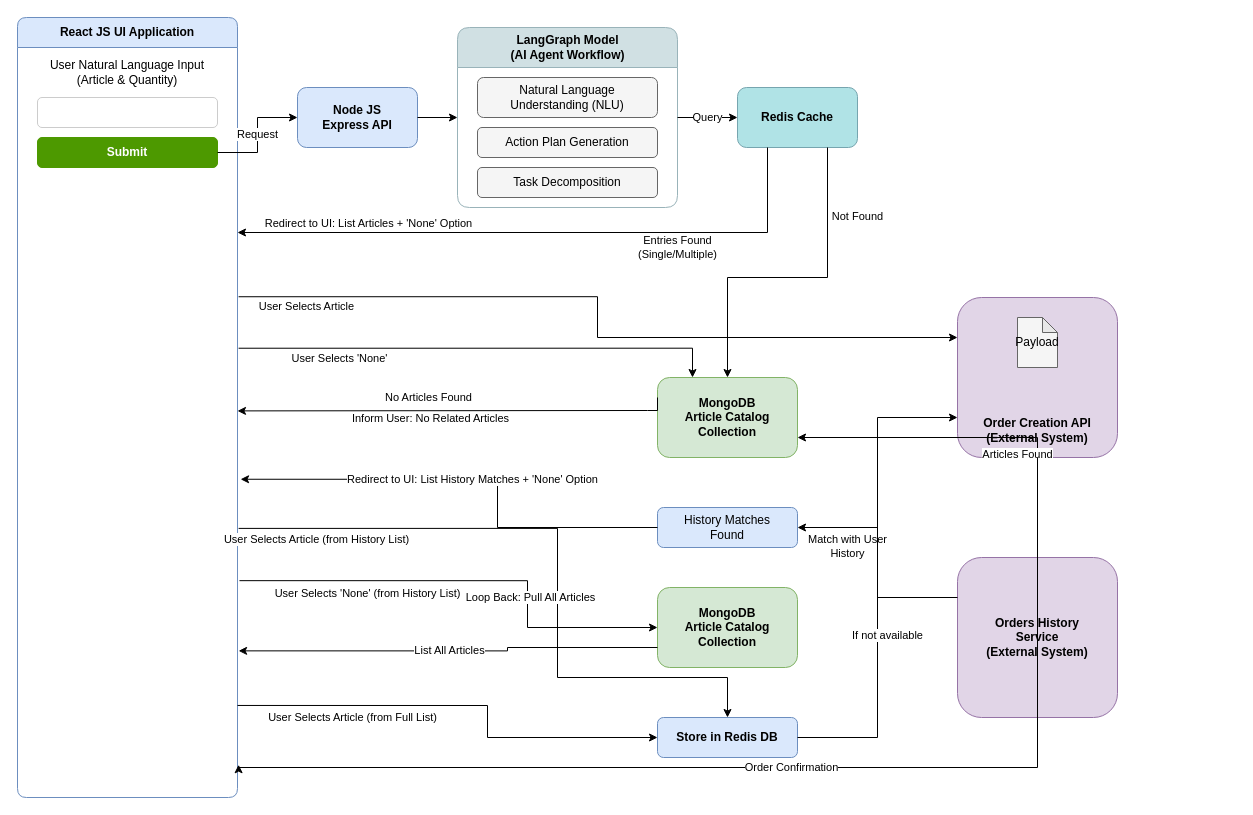
Earlier version of the draw.io diagram LangraphPOC.drawio (Uday003/ejtos-react_budget_app). Source tidied: cells renumbered, new cells numbered last; positions are measured from the earlier drawing's top-left corner, leaving out a move shared by most shapes. Both pictures are drawn from the tidied source at 100%, with x=0, y=0 at pixel (17, 17).
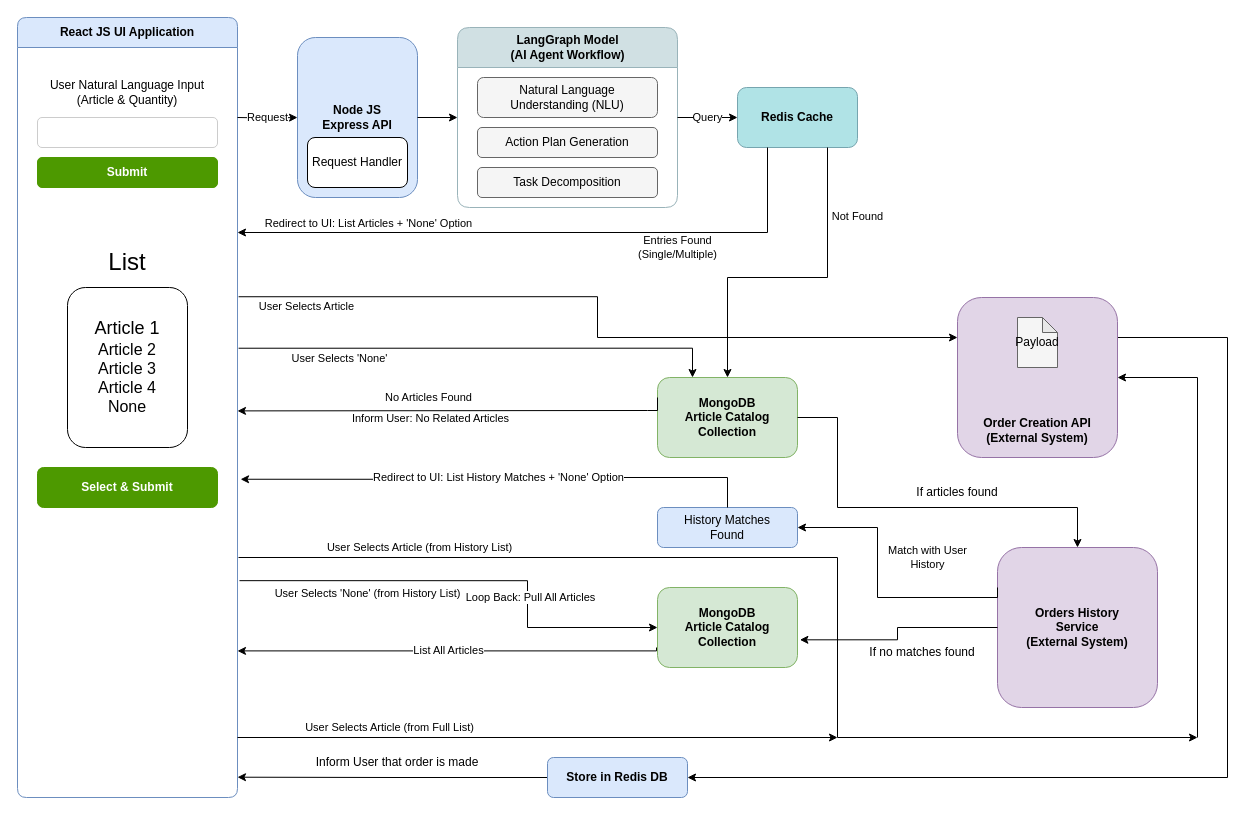
After the change.

The change refers to these unchanged cells:
```xml
<mxCell id="2" value="React JS UI Application" style="swimlane;html=1;startSize=30;horizontal=1;containerType=tree;fillColor=#dae8fc;strokeColor=#6c8ebf;whiteSpace=wrap;rounded=1;arcSize=10;" parent="1" vertex="1">
  <mxGeometry width="220" height="780" as="geometry" />
</mxCell>
<mxCell id="12" value="MongoDB&#10;Article Catalog&#10;Collection" style="rounded=1;whiteSpace=wrap;html=1;fillColor=#d5e8d4;strokeColor=#82b366;fontStyle=1;" parent="1" vertex="1">
  <mxGeometry x="640" y="360" width="140" height="80" as="geometry" />
</mxCell>
<mxCell id="13" value="MongoDB&#10;Article Catalog&#10;Collection" style="rounded=1;whiteSpace=wrap;html=1;fillColor=#d5e8d4;strokeColor=#82b366;fontStyle=1;" parent="1" vertex="1">
  <mxGeometry x="640" y="570" width="140" height="80" as="geometry" />
</mxCell>
<mxCell id="14" value="Order Creation API&#10;(External System)" style="rounded=1;whiteSpace=wrap;html=1;fillColor=#e1d5e7;strokeColor=#9673a6;fontStyle=1;verticalAlign=bottom;spacingBottom=10;" parent="1" vertex="1">
  <mxGeometry x="940" y="280" width="160" height="160" as="geometry" />
</mxCell>
<mxCell id="17" value="History Matches&#10;Found" style="rounded=1;whiteSpace=wrap;html=1;fillColor=#dae8fc;strokeColor=#6c8ebf;fontStyle=0;" parent="1" vertex="1">
  <mxGeometry x="640" y="490" width="140" height="40" as="geometry" />
</mxCell>
```

The edit, as a diff of the source:
```diff
@@
     <mxCell id="3" value="User Natural Language Input&#10;(Article &amp; Quantity)" style="text;html=1;strokeColor=none;fillColor=none;align=center;verticalAlign=middle;whiteSpace=wrap;rounded=0;" parent="2" vertex="1">
-      <mxGeometry x="10" y="40" width="200" height="30" as="geometry" />
+      <mxGeometry x="10" y="60" width="200" height="30" as="geometry" />
     </mxCell>
     <mxCell id="4" style="rounded=1;whiteSpace=wrap;html=1;fillColor=#ffffff;strokeColor=#cccccc;" parent="2" vertex="1">
-      <mxGeometry x="20" y="80" width="180" height="30" as="geometry" />
+      <mxGeometry x="20" y="100" width="180" height="30" as="geometry" />
     </mxCell>
     <mxCell id="5" value="Submit" style="rounded=1;whiteSpace=wrap;html=1;fillColor=#4D9900;strokeColor=#4D9900;fontColor=#ffffff;fontStyle=1;" parent="2" vertex="1">
-      <mxGeometry x="20" y="120" width="180" height="30" as="geometry" />
+      <mxGeometry x="20" y="140" width="180" height="30" as="geometry" />
     </mxCell>
+    <mxCell id="39" value="&lt;font style=&quot;font-size: 18px;&quot;&gt;Article 1&lt;/font&gt;&lt;div&gt;&lt;font size=&quot;3&quot;&gt;Article 2&lt;/font&gt;&lt;/div&gt;&lt;div&gt;&lt;font size=&quot;3&quot;&gt;Article 3&lt;/font&gt;&lt;/div&gt;&lt;div&gt;&lt;font size=&quot;3&quot;&gt;Article 4&lt;/font&gt;&lt;/div&gt;&lt;div&gt;&lt;font size=&quot;3&quot;&gt;None&lt;/font&gt;&lt;/div&gt;" style="rounded=1;whiteSpace=wrap;html=1;align=center;" parent="2" vertex="1">
+      <mxGeometry x="50" y="270" width="120" height="160" as="geometry" />
+    </mxCell>
+    <mxCell id="40" value="&lt;font style=&quot;font-size: 24px;&quot;&gt;List&lt;/font&gt;" style="text;html=1;whiteSpace=wrap;strokeColor=none;fillColor=none;align=center;verticalAlign=middle;rounded=0;" parent="2" vertex="1">
+      <mxGeometry x="80" y="230" width="60" height="30" as="geometry" />
+    </mxCell>
+    <mxCell id="41" value="Select &amp;amp; Submit" style="rounded=1;whiteSpace=wrap;html=1;fillColor=#4D9900;strokeColor=#4D9900;fontColor=#ffffff;fontStyle=1;" parent="2" vertex="1">
+      <mxGeometry x="20" y="450" width="180" height="40" as="geometry" />
+    </mxCell>
-    <mxCell id="6" value="Node JS&#10;Express API" style="rounded=1;whiteSpace=wrap;html=1;fillColor=#dae8fc;strokeColor=#6c8ebf;fontStyle=1;" parent="1" vertex="1">
-      <mxGeometry x="280" y="70" width="120" height="60" as="geometry" />
+    <mxCell id="6" value="Node JS&lt;br&gt;Express API" style="rounded=1;whiteSpace=wrap;html=1;fillColor=#dae8fc;strokeColor=#6c8ebf;fontStyle=1;align=center;" parent="1" vertex="1">
+      <mxGeometry x="280" y="20" width="120" height="160" as="geometry" />
     </mxCell>
@@
+    <mxCell id="42" style="edgeStyle=orthogonalEdgeStyle;rounded=0;jettySize=auto;html=1;exitX=1;exitY=0.25;exitDx=0;exitDy=0;entryX=1;entryY=0.5;entryDx=0;entryDy=0;" parent="1" edge="1" source="14" target="18">
+      <mxGeometry relative="1" as="geometry">
+        <Array as="points">
+          <mxPoint x="1210" y="320" />
+          <mxPoint x="1210" y="760" />
+        </Array>
+      </mxGeometry>
+    </mxCell>
@@
     <mxCell id="16" value="Orders History&#10;Service&#10;(External System)" style="rounded=1;whiteSpace=wrap;html=1;fillColor=#e1d5e7;strokeColor=#9673a6;fontStyle=1;" parent="1" vertex="1">
-      <mxGeometry x="940" y="540" width="160" height="160" as="geometry" />
+      <mxGeometry x="980" y="530" width="160" height="160" as="geometry" />
     </mxCell>
@@
+    <mxCell id="43" style="edgeStyle=orthogonalEdgeStyle;rounded=0;jettySize=auto;html=1;entryX=1;entryY=0.5;entryDx=0;entryDy=0;" parent="1" edge="1" target="14">
+      <mxGeometry relative="1" as="geometry">
+        <mxPoint x="1180" y="720" as="sourcePoint" />
+        <Array as="points">
+          <mxPoint x="1180" y="720" />
+          <mxPoint x="1180" y="360" />
+        </Array>
+      </mxGeometry>
+    </mxCell>
+    <mxCell id="44" style="edgeStyle=orthogonalEdgeStyle;rounded=0;jettySize=auto;html=1;exitX=0;exitY=0.5;exitDx=0;exitDy=0;" parent="1" edge="1" source="18">
+      <mxGeometry relative="1" as="geometry">
+        <mxPoint x="220" y="759.7" as="targetPoint" />
+      </mxGeometry>
+    </mxCell>
     <mxCell id="18" value="Store in Redis DB" style="rounded=1;whiteSpace=wrap;html=1;fillColor=#dae8fc;strokeColor=#6c8ebf;fontStyle=1;" parent="1" vertex="1">
-      <mxGeometry x="640" y="700" width="140" height="40" as="geometry" />
+      <mxGeometry x="530" y="740" width="140" height="40" as="geometry" />
     </mxCell>
-    <mxCell id="19" value="Request" style="edgeStyle=orthogonalEdgeStyle;rounded=0;jettySize=auto;html=1;exitX=1;exitY=0.5;exitDx=0;exitDy=0;entryX=0;entryY=0.5;entryDx=0;entryDy=0;" parent="1" edge="1" source="5" target="6">
-      <mxGeometry relative="1" as="geometry" />
+    <mxCell id="19" value="Request" style="edgeStyle=orthogonalEdgeStyle;rounded=0;jettySize=auto;html=1;entryX=0;entryY=0.5;entryDx=0;entryDy=0;" parent="1" edge="1" target="6">
+      <mxGeometry relative="1" as="geometry">
+        <mxPoint x="220" y="100" as="sourcePoint" />
+      </mxGeometry>
     </mxCell>
@@
-    <mxCell id="29" value="Articles Found" style="edgeStyle=orthogonalEdgeStyle;rounded=0;jettySize=auto;html=1;exitX=0.5;exitY=0;exitDx=0;exitDy=0;entryX=1;entryY=0.75;entryDx=0;entryDy=0;" parent="1" edge="1" source="16" target="12">
-      <mxGeometry x="-0.43" y="20" relative="1" as="geometry">
-        <Array as="points">
-          <mxPoint x="1020" y="420" />
-        </Array>
-      </mxGeometry>
-    </mxCell>
     <mxCell id="30" value="Match with User&#10;History" style="edgeStyle=orthogonalEdgeStyle;rounded=0;jettySize=auto;html=1;exitX=0;exitY=0.25;exitDx=0;exitDy=0;entryX=1;entryY=0.5;entryDx=0;entryDy=0;" parent="1" edge="1" source="16" target="17">
-      <mxGeometry x="0.14" y="30" relative="1" as="geometry">
+      <mxGeometry x="-0.43" y="-40" relative="1" as="geometry">
         <Array as="points">
           <mxPoint x="860" y="580" />
           <mxPoint x="860" y="510" />
         </Array>
       </mxGeometry>
     </mxCell>
-    <mxCell id="31" value="Redirect to UI: List History Matches + 'None' Option" style="edgeStyle=orthogonalEdgeStyle;rounded=0;jettySize=auto;html=1;exitX=0;exitY=0.5;exitDx=0;exitDy=0;entryX=1.014;entryY=0.592;entryDx=0;entryDy=0;entryPerimeter=0;" parent="1" edge="1" source="17" target="2">
+    <mxCell id="31" value="Redirect to UI: List History Matches + 'None' Option" style="edgeStyle=orthogonalEdgeStyle;rounded=0;jettySize=auto;html=1;exitX=0.5;exitY=0;exitDx=0;exitDy=0;entryX=1.014;entryY=0.592;entryDx=0;entryDy=0;entryPerimeter=0;" parent="1" edge="1" source="17" target="2">
       <mxGeometry relative="1" as="geometry">
         <Array as="points">
-          <mxPoint x="480" y="510" />
+          <mxPoint x="710" y="460" />
+          <mxPoint x="480" y="460" />
           <mxPoint x="480" y="462" />
         </Array>
       </mxGeometry>
     </mxCell>
-    <mxCell id="32" value="User Selects Article (from History List)" style="edgeStyle=orthogonalEdgeStyle;rounded=0;jettySize=auto;html=1;exitX=1.005;exitY=0.655;exitDx=0;exitDy=0;exitPerimeter=0;entryX=0.5;entryY=0;entryDx=0;entryDy=0;" parent="1" edge="1" source="2" target="18">
-      <mxGeometry x="-0.77" y="-11" relative="1" as="geometry">
+    <mxCell id="32" value="User Selects Article (from History List)" style="edgeStyle=orthogonalEdgeStyle;rounded=0;orthogonalLoop=1;jettySize=auto;html=1;" parent="1" edge="1">
+      <mxGeometry x="-0.68" y="10" relative="1" as="geometry">
+        <mxPoint x="221" y="540" as="sourcePoint" />
+        <mxPoint x="1180" y="720" as="targetPoint" />
         <Array as="points">
-          <mxPoint x="540" y="511" />
-          <mxPoint x="540" y="660" />
-          <mxPoint x="710" y="660" />
+          <mxPoint x="221" y="540" />
+          <mxPoint x="820" y="540" />
+          <mxPoint x="820" y="720" />
         </Array>
+        <mxPoint x="-1" as="offset" />
       </mxGeometry>
     </mxCell>
@@
-    <mxCell id="35" value="List All Articles" style="edgeStyle=orthogonalEdgeStyle;rounded=0;jettySize=auto;html=1;exitX=0;exitY=0.75;exitDx=0;exitDy=0;entryX=1.005;entryY=0.812;entryDx=0;entryDy=0;entryPerimeter=0;" parent="1" edge="1" source="13" target="2">
+    <mxCell id="35" value="List All Articles" style="edgeStyle=orthogonalEdgeStyle;rounded=0;orthogonalLoop=1;jettySize=auto;html=1;entryX=1.005;entryY=0.812;entryDx=0;entryDy=0;entryPerimeter=0;" parent="1" edge="1">
       <mxGeometry relative="1" as="geometry">
+        <mxPoint x="639" y="630" as="sourcePoint" />
+        <mxPoint x="220" y="633.4" as="targetPoint" />
         <Array as="points">
-          <mxPoint x="490" y="630" />
-          <mxPoint x="490" y="633" />
+          <mxPoint x="639" y="633" />
         </Array>
       </mxGeometry>
     </mxCell>
-    <mxCell id="36" value="User Selects Article (from Full List)" style="edgeStyle=orthogonalEdgeStyle;rounded=0;jettySize=auto;html=1;exitX=1;exitY=0.882;exitDx=0;exitDy=0;exitPerimeter=0;entryX=0;entryY=0.5;entryDx=0;entryDy=0;" parent="1" edge="1" source="2" target="18">
-      <mxGeometry x="-0.49" y="-12" relative="1" as="geometry">
+    <mxCell id="36" value="User Selects Article (from Full List)" style="edgeStyle=orthogonalEdgeStyle;rounded=0;orthogonalLoop=1;jettySize=auto;html=1;" parent="1" edge="1">
+      <mxGeometry x="-0.49" y="10" relative="1" as="geometry">
+        <mxPoint x="220" y="720" as="sourcePoint" />
+        <mxPoint x="820" y="720" as="targetPoint" />
         <Array as="points">
-          <mxPoint x="470" y="688" />
-          <mxPoint x="470" y="720" />
+          <mxPoint x="220" y="720" />
         </Array>
+        <mxPoint x="-1" as="offset" />
       </mxGeometry>
     </mxCell>
-    <mxCell id="37" value="If not available" style="edgeStyle=orthogonalEdgeStyle;rounded=0;jettySize=auto;html=1;exitX=1;exitY=0.5;exitDx=0;exitDy=0;entryX=0;entryY=0.75;entryDx=0;entryDy=0;" parent="1" edge="1" source="18" target="14">
-      <mxGeometry x="-0.24" y="-10" relative="1" as="geometry">
-        <Array as="points">
-          <mxPoint x="860" y="720" />
-          <mxPoint x="860" y="400" />
-        </Array>
-      </mxGeometry>
-    </mxCell>
-    <mxCell id="38" value="Order Confirmation" style="edgeStyle=orthogonalEdgeStyle;rounded=0;jettySize=auto;html=1;exitX=0.5;exitY=1;exitDx=0;exitDy=0;entryX=1.005;entryY=0.958;entryDx=0;entryDy=0;entryPerimeter=0;" parent="1" edge="1" source="14" target="2">
-      <mxGeometry relative="1" as="geometry">
-        <Array as="points">
-          <mxPoint x="1020" y="750" />
-        </Array>
-      </mxGeometry>
-    </mxCell>
+    <mxCell id="45" style="endArrow=classic;html=1;rounded=0;exitX=1;exitY=0.5;exitDx=0;exitDy=0;entryX=0.5;entryY=0;entryDx=0;entryDy=0;" parent="1" edge="1" source="12" target="16">
+      <mxGeometry relative="1" as="geometry">
+        <Array as="points">
+          <mxPoint x="820" y="400" />
+          <mxPoint x="820" y="490" />
+          <mxPoint x="1060" y="490" />
+        </Array>
+      </mxGeometry>
+    </mxCell>
+    <mxCell id="46" value="If articles found" style="text;html=1;whiteSpace=wrap;strokeColor=none;fillColor=none;align=center;verticalAlign=middle;rounded=0;" parent="1" vertex="1">
+      <mxGeometry x="890" y="460" width="100" height="30" as="geometry" />
+    </mxCell>
+    <mxCell id="47" value="Inform User that order is made" style="text;html=1;whiteSpace=wrap;strokeColor=none;fillColor=none;align=center;verticalAlign=middle;rounded=0;" parent="1" vertex="1">
+      <mxGeometry x="290" y="730" width="180" height="30" as="geometry" />
+    </mxCell>
+    <mxCell id="48" style="edgeStyle=orthogonalEdgeStyle;rounded=0;jettySize=auto;html=1;exitX=0;exitY=0.5;exitDx=0;exitDy=0;entryX=1.017;entryY=0.654;entryDx=0;entryDy=0;entryPerimeter=0;" parent="1" edge="1" source="16" target="13">
+      <mxGeometry relative="1" as="geometry" />
+    </mxCell>
+    <mxCell id="49" value="If no matches found" style="text;html=1;whiteSpace=wrap;strokeColor=none;fillColor=none;align=center;verticalAlign=middle;rounded=0;" parent="1" vertex="1">
+      <mxGeometry x="850" y="620" width="110" height="30" as="geometry" />
+    </mxCell>
+    <mxCell id="50" value="Request Handler" style="rounded=1;whiteSpace=wrap;html=1;" parent="1" vertex="1">
+      <mxGeometry x="290" y="120" width="100" height="50" as="geometry" />
+    </mxCell>
```
